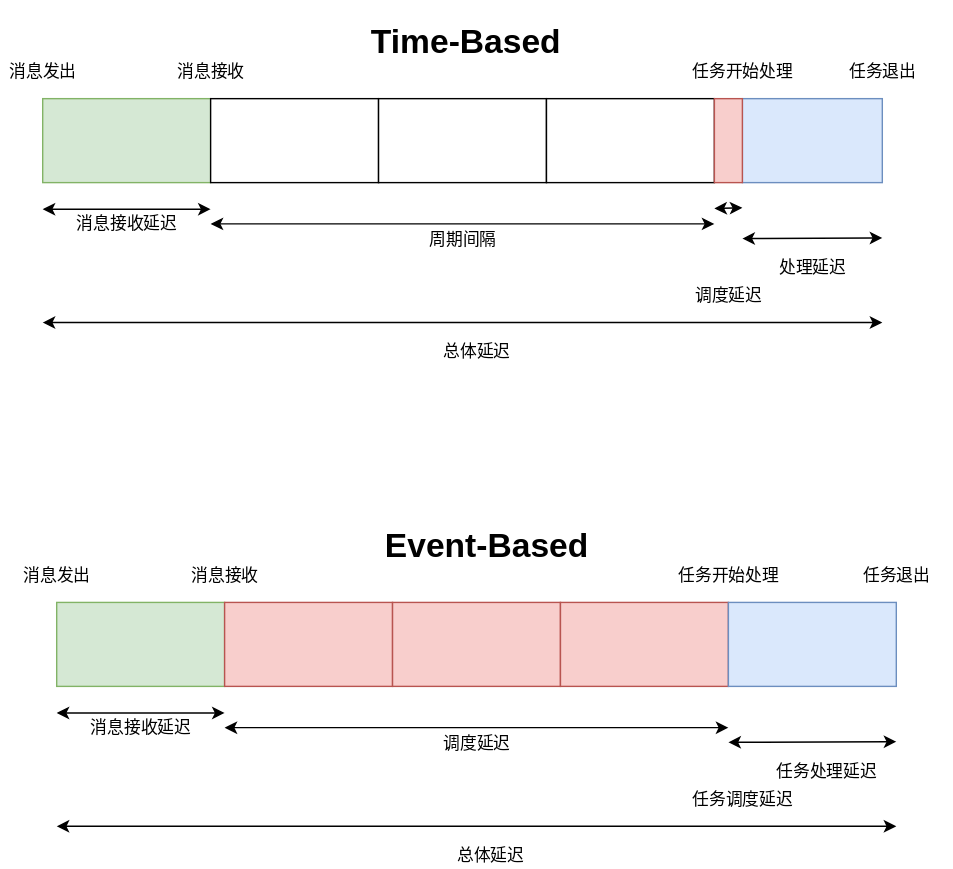
Above: images/realtime5.svg in wzyy2/jekyll-now (draw.io), before the change. Source tidied: cells renumbered, new cells last; positions are measured from the earlier drawing's top-left corner, leaving out a move shared by most shapes. The source it was exported from:
```xml
<mxGraphModel>
  <root>
    <mxCell id="0" />
    <mxCell id="1" parent="0" />
    <mxCell id="2" style="rounded=0;whiteSpace=wrap;html=1;fillColor=#d5e8d4;strokeColor=#82b366;" parent="1" vertex="1">
      <mxGeometry x="30" y="60" width="120" height="60" as="geometry" />
    </mxCell>
    <mxCell id="3" style="rounded=0;whiteSpace=wrap;html=1;" parent="1" vertex="1">
      <mxGeometry x="150" y="60" width="120" height="60" as="geometry" />
    </mxCell>
    <mxCell id="4" style="rounded=0;whiteSpace=wrap;html=1;" parent="1" vertex="1">
      <mxGeometry x="270" y="60" width="120" height="60" as="geometry" />
    </mxCell>
    <mxCell id="5" style="rounded=0;whiteSpace=wrap;html=1;" parent="1" vertex="1">
      <mxGeometry x="390" y="60" width="120" height="60" as="geometry" />
    </mxCell>
    <mxCell id="6" style="rounded=0;whiteSpace=wrap;html=1;fillColor=#dae8fc;strokeColor=#6c8ebf;" parent="1" vertex="1">
      <mxGeometry x="530" y="60" width="100" height="60" as="geometry" />
    </mxCell>
    <mxCell id="7" value="消息发出" style="text;html=1;strokeColor=none;fillColor=none;align=center;verticalAlign=middle;whiteSpace=wrap;rounded=0;" parent="1" vertex="1">
      <mxGeometry y="30" width="60" height="20" as="geometry" />
    </mxCell>
    <mxCell id="8" value="消息接收" style="text;html=1;strokeColor=none;fillColor=none;align=center;verticalAlign=middle;whiteSpace=wrap;rounded=0;" parent="1" vertex="1">
      <mxGeometry x="120" y="30" width="60" height="20" as="geometry" />
    </mxCell>
    <mxCell id="9" value="任务开始处理" style="text;html=1;strokeColor=none;fillColor=none;align=center;verticalAlign=middle;whiteSpace=wrap;rounded=0;" parent="1" vertex="1">
      <mxGeometry x="490" y="30" width="80" height="20" as="geometry" />
    </mxCell>
    <mxCell id="10" value="任务退出" style="text;html=1;strokeColor=none;fillColor=none;align=center;verticalAlign=middle;whiteSpace=wrap;rounded=0;" parent="1" vertex="1">
      <mxGeometry x="590" y="30" width="80" height="20" as="geometry" />
    </mxCell>
    <mxCell id="11" style="endArrow=classic;startArrow=classic;html=1;" parent="1" edge="1">
      <mxGeometry relative="1" as="geometry">
        <mxPoint x="30" y="139" as="sourcePoint" />
        <mxPoint x="150" y="139" as="targetPoint" />
      </mxGeometry>
    </mxCell>
    <mxCell id="12" value="消息接收延迟" style="text;html=1;strokeColor=none;fillColor=none;align=center;verticalAlign=middle;whiteSpace=wrap;rounded=0;" parent="1" vertex="1">
      <mxGeometry x="50" y="139" width="80" height="20" as="geometry" />
    </mxCell>
    <mxCell id="13" style="edgeStyle=orthogonalEdgeStyle;rounded=0;orthogonalLoop=1;jettySize=auto;html=1;exitX=0.5;exitY=1;exitDx=0;exitDy=0;" parent="1" edge="1" source="12" target="12">
      <mxGeometry relative="1" as="geometry" />
    </mxCell>
    <mxCell id="14" style="endArrow=classic;startArrow=classic;html=1;" parent="1" edge="1">
      <mxGeometry relative="1" as="geometry">
        <mxPoint x="150" y="149.5" as="sourcePoint" />
        <mxPoint x="510" y="149.5" as="targetPoint" />
      </mxGeometry>
    </mxCell>
    <mxCell id="15" value="周期间隔" style="text;html=1;strokeColor=none;fillColor=none;align=center;verticalAlign=middle;whiteSpace=wrap;rounded=0;" parent="1" vertex="1">
      <mxGeometry x="290" y="150" width="80" height="20" as="geometry" />
    </mxCell>
    <mxCell id="16" style="endArrow=classic;startArrow=classic;html=1;" parent="1" edge="1">
      <mxGeometry relative="1" as="geometry">
        <mxPoint x="530" y="160" as="sourcePoint" />
        <mxPoint x="630" y="159.5" as="targetPoint" />
      </mxGeometry>
    </mxCell>
    <mxCell id="17" value="处理延迟" style="text;html=1;strokeColor=none;fillColor=none;align=center;verticalAlign=middle;whiteSpace=wrap;rounded=0;" parent="1" vertex="1">
      <mxGeometry x="540" y="170" width="80" height="20" as="geometry" />
    </mxCell>
    <mxCell id="18" style="rounded=0;whiteSpace=wrap;html=1;fillColor=#f8cecc;strokeColor=#b85450;" parent="1" vertex="1">
      <mxGeometry x="510" y="60" width="20" height="60" as="geometry" />
    </mxCell>
    <mxCell id="19" style="endArrow=classic;startArrow=classic;html=1;" parent="1" edge="1">
      <mxGeometry relative="1" as="geometry">
        <mxPoint x="510" y="138.5" as="sourcePoint" />
        <mxPoint x="530" y="138" as="targetPoint" />
      </mxGeometry>
    </mxCell>
    <mxCell id="20" value="调度延迟" style="text;html=1;strokeColor=none;fillColor=none;align=center;verticalAlign=middle;whiteSpace=wrap;rounded=0;" parent="1" vertex="1">
      <mxGeometry x="480" y="190" width="80" height="20" as="geometry" />
    </mxCell>
    <mxCell id="21" style="endArrow=classic;startArrow=classic;html=1;" parent="1" edge="1">
      <mxGeometry relative="1" as="geometry">
        <mxPoint x="30" y="220" as="sourcePoint" />
        <mxPoint x="630" y="220" as="targetPoint" />
      </mxGeometry>
    </mxCell>
    <mxCell id="22" value="总体延迟" style="text;html=1;strokeColor=none;fillColor=none;align=center;verticalAlign=middle;whiteSpace=wrap;rounded=0;" parent="1" vertex="1">
      <mxGeometry x="300" y="230" width="80" height="20" as="geometry" />
    </mxCell>
    <mxCell id="23" value="&lt;h1&gt;Time-Based&lt;/h1&gt;" style="text;html=1;strokeColor=none;fillColor=none;spacing=5;spacingTop=-20;whiteSpace=wrap;overflow=hidden;rounded=0;" parent="1" vertex="1">
      <mxGeometry x="260" width="190" height="120" as="geometry" />
    </mxCell>
    <mxCell id="24" style="rounded=0;whiteSpace=wrap;html=1;fillColor=#d5e8d4;strokeColor=#82b366;" parent="1" vertex="1">
      <mxGeometry x="40" y="420" width="120" height="60" as="geometry" />
    </mxCell>
    <mxCell id="25" style="rounded=0;whiteSpace=wrap;html=1;fillColor=#f8cecc;strokeColor=#b85450;" parent="1" vertex="1">
      <mxGeometry x="160" y="420" width="120" height="60" as="geometry" />
    </mxCell>
    <mxCell id="26" style="rounded=0;whiteSpace=wrap;html=1;fillColor=#f8cecc;strokeColor=#b85450;" parent="1" vertex="1">
      <mxGeometry x="280" y="420" width="120" height="60" as="geometry" />
    </mxCell>
    <mxCell id="27" style="rounded=0;whiteSpace=wrap;html=1;fillColor=#f8cecc;strokeColor=#b85450;" parent="1" vertex="1">
      <mxGeometry x="400" y="420" width="120" height="60" as="geometry" />
    </mxCell>
    <mxCell id="28" style="rounded=0;whiteSpace=wrap;html=1;fillColor=#dae8fc;strokeColor=#6c8ebf;" parent="1" vertex="1">
      <mxGeometry x="520" y="420" width="120" height="60" as="geometry" />
    </mxCell>
    <mxCell id="29" value="消息发出" style="text;html=1;strokeColor=none;fillColor=none;align=center;verticalAlign=middle;whiteSpace=wrap;rounded=0;" parent="1" vertex="1">
      <mxGeometry x="10" y="390" width="60" height="20" as="geometry" />
    </mxCell>
    <mxCell id="30" value="消息接收" style="text;html=1;strokeColor=none;fillColor=none;align=center;verticalAlign=middle;whiteSpace=wrap;rounded=0;" parent="1" vertex="1">
      <mxGeometry x="130" y="390" width="60" height="20" as="geometry" />
    </mxCell>
    <mxCell id="31" value="任务开始处理" style="text;html=1;strokeColor=none;fillColor=none;align=center;verticalAlign=middle;whiteSpace=wrap;rounded=0;" parent="1" vertex="1">
      <mxGeometry x="480" y="390" width="80" height="20" as="geometry" />
    </mxCell>
    <mxCell id="32" value="任务退出" style="text;html=1;strokeColor=none;fillColor=none;align=center;verticalAlign=middle;whiteSpace=wrap;rounded=0;" parent="1" vertex="1">
      <mxGeometry x="600" y="390" width="80" height="20" as="geometry" />
    </mxCell>
    <mxCell id="33" style="endArrow=classic;startArrow=classic;html=1;" parent="1" edge="1">
      <mxGeometry relative="1" as="geometry">
        <mxPoint x="40" y="499" as="sourcePoint" />
        <mxPoint x="160" y="499" as="targetPoint" />
      </mxGeometry>
    </mxCell>
    <mxCell id="34" value="消息接收延迟" style="text;html=1;strokeColor=none;fillColor=none;align=center;verticalAlign=middle;whiteSpace=wrap;rounded=0;" parent="1" vertex="1">
      <mxGeometry x="60" y="499" width="80" height="20" as="geometry" />
    </mxCell>
    <mxCell id="35" style="edgeStyle=orthogonalEdgeStyle;rounded=0;orthogonalLoop=1;jettySize=auto;html=1;exitX=0.5;exitY=1;exitDx=0;exitDy=0;" parent="1" edge="1" source="34" target="34">
      <mxGeometry relative="1" as="geometry" />
    </mxCell>
    <mxCell id="36" style="endArrow=classic;startArrow=classic;html=1;" parent="1" edge="1">
      <mxGeometry relative="1" as="geometry">
        <mxPoint x="160" y="509.5" as="sourcePoint" />
        <mxPoint x="520" y="509.5" as="targetPoint" />
      </mxGeometry>
    </mxCell>
    <mxCell id="37" value="调度延迟" style="text;html=1;strokeColor=none;fillColor=none;align=center;verticalAlign=middle;whiteSpace=wrap;rounded=0;" parent="1" vertex="1">
      <mxGeometry x="300" y="510" width="80" height="20" as="geometry" />
    </mxCell>
    <mxCell id="38" style="endArrow=classic;startArrow=classic;html=1;" parent="1" edge="1">
      <mxGeometry relative="1" as="geometry">
        <mxPoint x="520" y="520" as="sourcePoint" />
        <mxPoint x="640" y="519.5" as="targetPoint" />
      </mxGeometry>
    </mxCell>
    <mxCell id="39" value="任务处理延迟" style="text;html=1;strokeColor=none;fillColor=none;align=center;verticalAlign=middle;whiteSpace=wrap;rounded=0;" parent="1" vertex="1">
      <mxGeometry x="550" y="530" width="80" height="20" as="geometry" />
    </mxCell>
    <mxCell id="40" value="任务调度延迟" style="text;html=1;strokeColor=none;fillColor=none;align=center;verticalAlign=middle;whiteSpace=wrap;rounded=0;" parent="1" vertex="1">
      <mxGeometry x="490" y="550" width="80" height="20" as="geometry" />
    </mxCell>
    <mxCell id="41" style="endArrow=classic;startArrow=classic;html=1;" parent="1" edge="1">
      <mxGeometry relative="1" as="geometry">
        <mxPoint x="40" y="580" as="sourcePoint" />
        <mxPoint x="640" y="580" as="targetPoint" />
      </mxGeometry>
    </mxCell>
    <mxCell id="42" value="总体延迟" style="text;html=1;strokeColor=none;fillColor=none;align=center;verticalAlign=middle;whiteSpace=wrap;rounded=0;" parent="1" vertex="1">
      <mxGeometry x="310" y="590" width="80" height="20" as="geometry" />
    </mxCell>
    <mxCell id="43" value="&lt;h1&gt;Event-Based&lt;/h1&gt;" style="text;html=1;strokeColor=none;fillColor=none;spacing=5;spacingTop=-20;whiteSpace=wrap;overflow=hidden;rounded=0;" parent="1" vertex="1">
      <mxGeometry x="270" y="360" width="190" height="50" as="geometry" />
    </mxCell>
  </root>
</mxGraphModel>
```
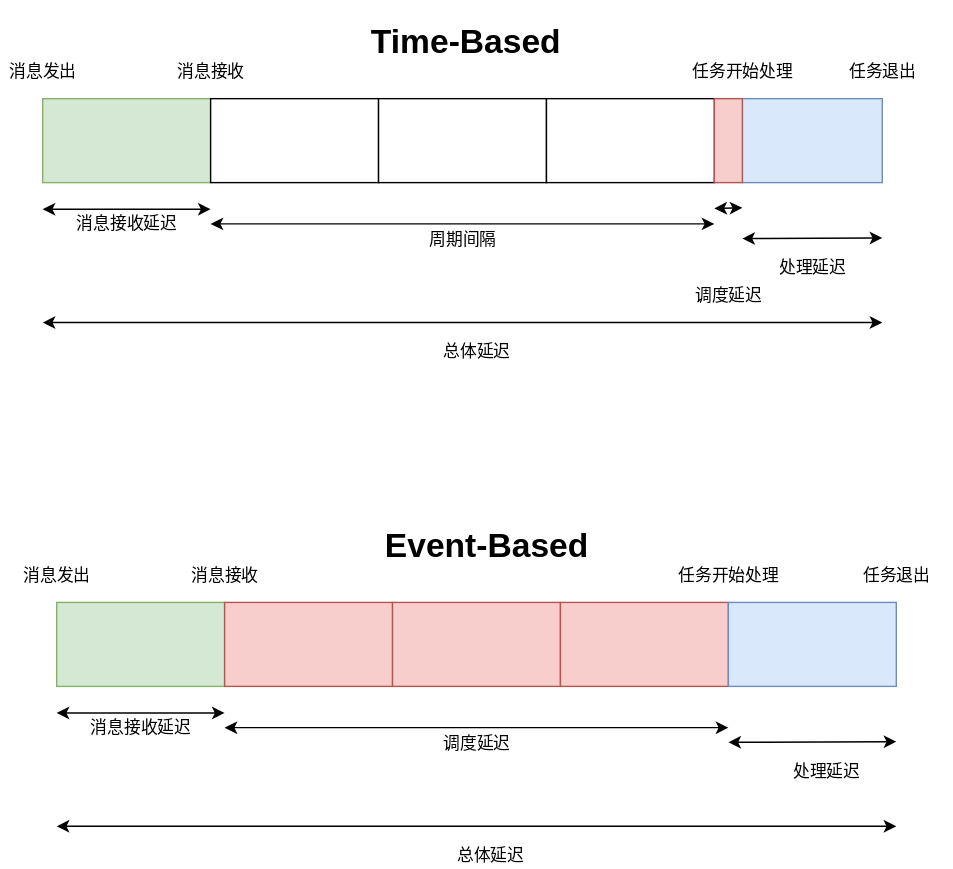
The same diagram one commit later.

What changed in the source:
```diff
@@ -137,12 +137,9 @@
         <mxPoint x="640" y="519.5" as="targetPoint" />
       </mxGeometry>
     </mxCell>
-    <mxCell id="39" value="任务处理延迟" style="text;html=1;strokeColor=none;fillColor=none;align=center;verticalAlign=middle;whiteSpace=wrap;rounded=0;" parent="1" vertex="1">
+    <mxCell id="39" value="处理延迟" style="text;html=1;strokeColor=none;fillColor=none;align=center;verticalAlign=middle;whiteSpace=wrap;rounded=0;" parent="1" vertex="1">
       <mxGeometry x="550" y="530" width="80" height="20" as="geometry" />
     </mxCell>
-    <mxCell id="40" value="任务调度延迟" style="text;html=1;strokeColor=none;fillColor=none;align=center;verticalAlign=middle;whiteSpace=wrap;rounded=0;" parent="1" vertex="1">
-      <mxGeometry x="490" y="550" width="80" height="20" as="geometry" />
-    </mxCell>
     <mxCell id="41" style="endArrow=classic;startArrow=classic;html=1;" parent="1" edge="1">
       <mxGeometry relative="1" as="geometry">
         <mxPoint x="40" y="580" as="sourcePoint" />
```
